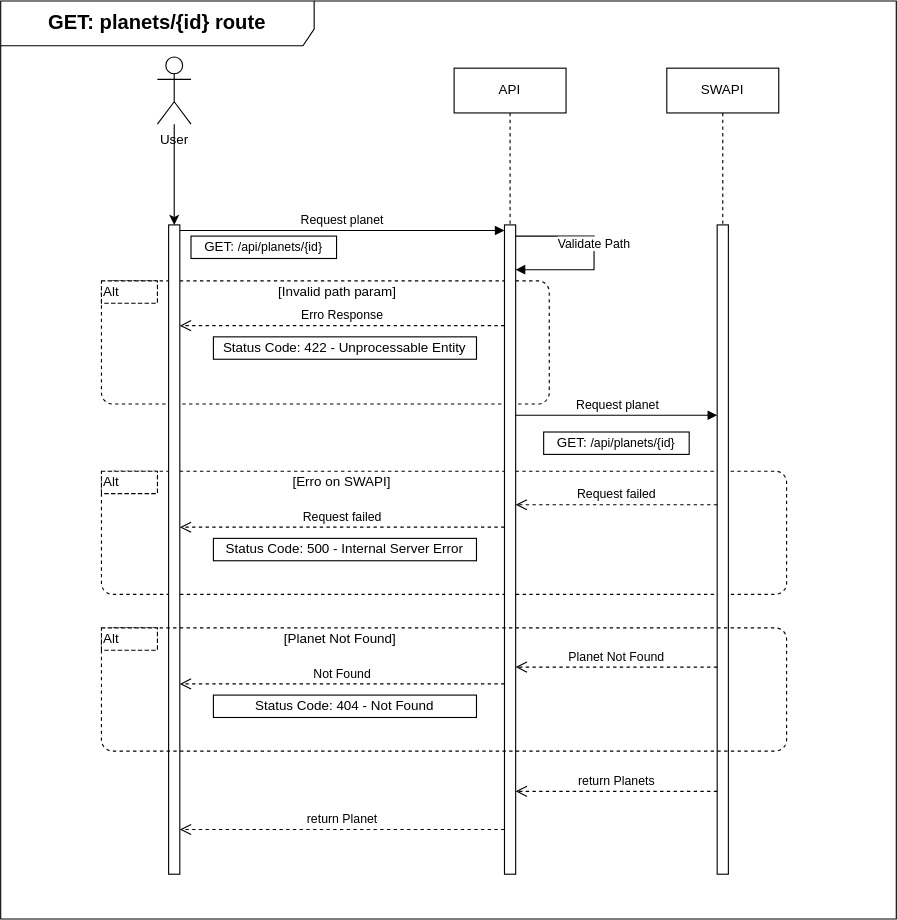
Before: docs/diagrams/Diagrama de rotas planets id.svg, a diagram exported from draw.io (KhovetS2/starwars-api). Source tidied: cells renumbered, new cells last; positions are measured from the earlier drawing's top-left corner, leaving out a move shared by most shapes.
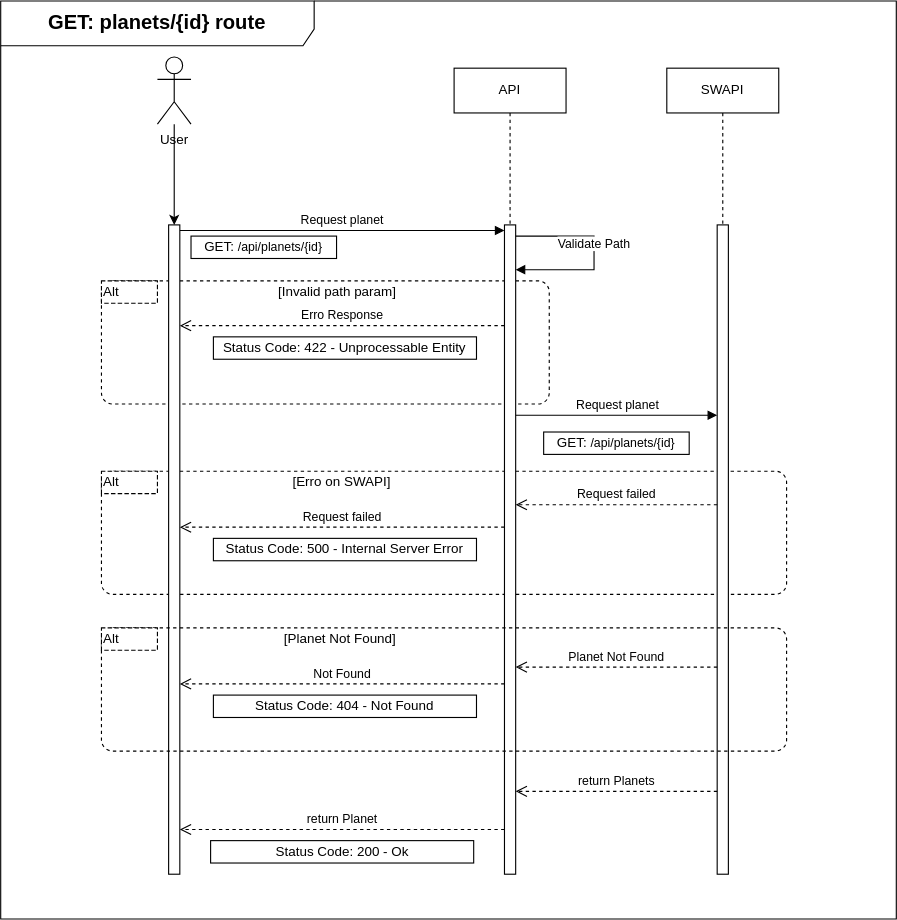
Later version of the same file.

The edit, as a diff of the source:
```diff
@@ -133,5 +133,8 @@
         <mxPoint x="160" y="290" as="targetPoint" />
       </mxGeometry>
     </mxCell>
+    <mxCell id="34" value="Status Code: 200 - Ok" style="rounded=0;whiteSpace=wrap;html=1;" parent="1" vertex="1">
+      <mxGeometry x="187.5" y="750" width="235" height="20" as="geometry" />
+    </mxCell>
   </root>
 </mxGraphModel>
```
